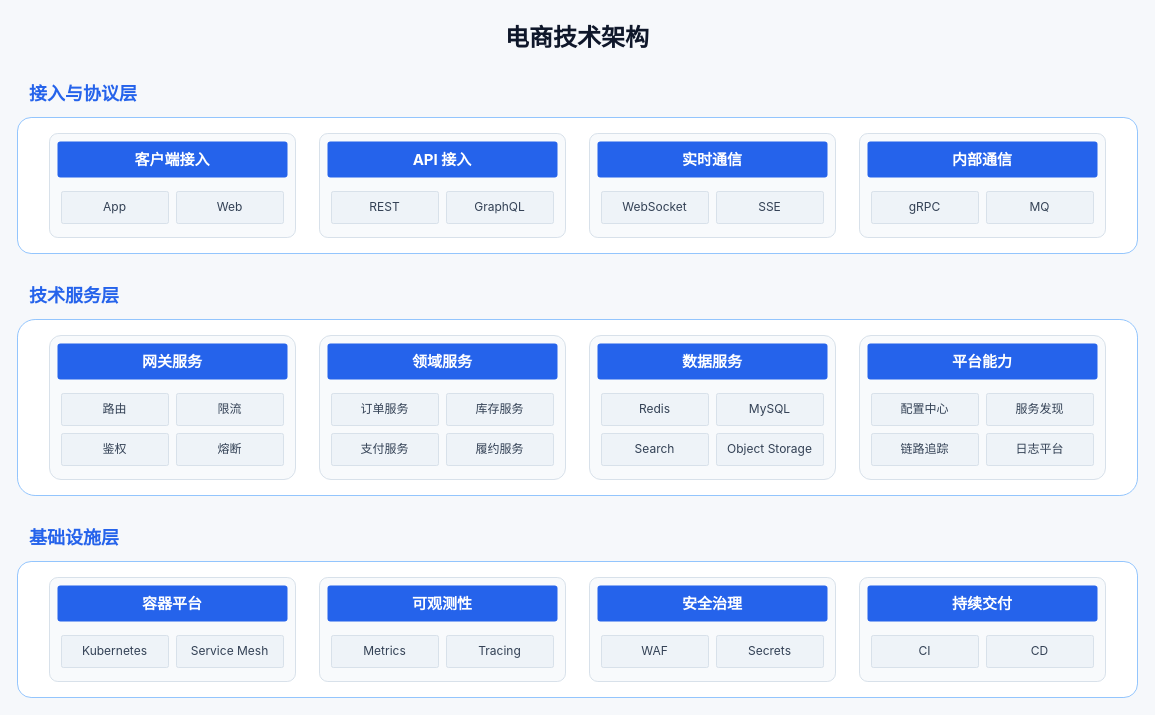
Before: .opencode/skills/xml-diagram/examples/architecture-technical-light-ecommerce.drawio in BeWaterMyFriend7/SKILL-PROJECT, a draw.io diagram. Source tidied: cells renumbered, new cells numbered last; positions are measured from the earlier drawing's top-left corner, leaving out a move shared by most shapes. Both pictures are drawn from the tidied source at 100%, with x=0, y=0 at pixel (17, 17).
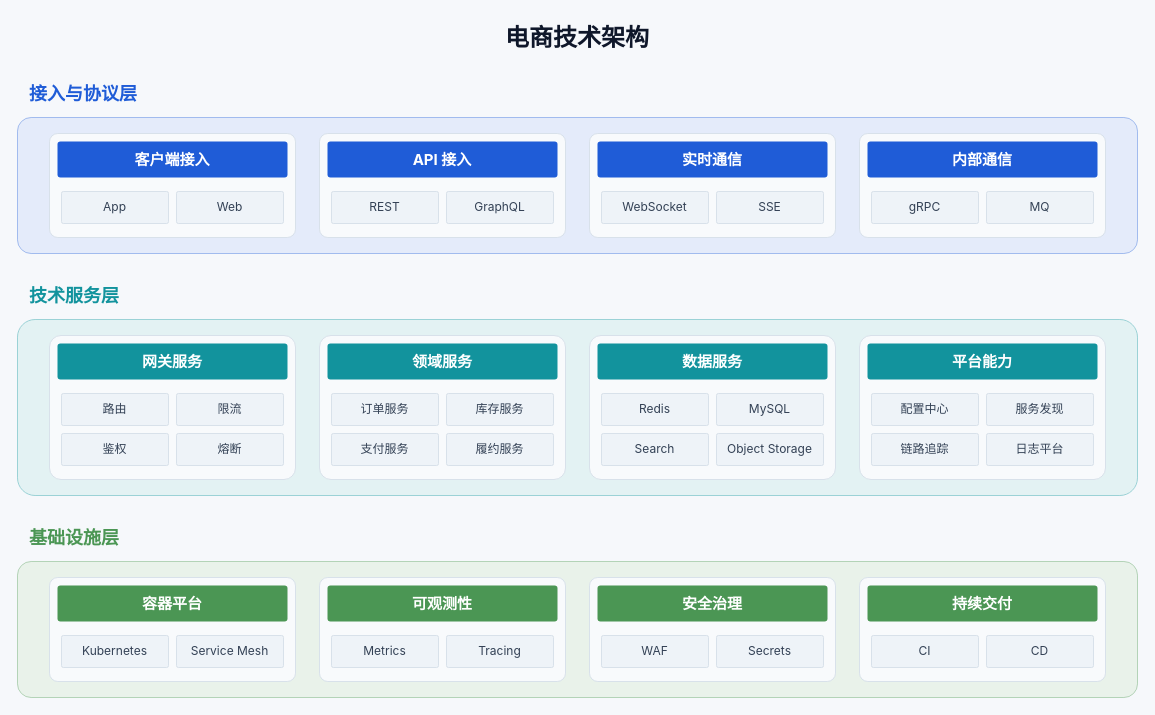
The same diagram, later.

Unchanged cells that the change refers to:
```xml
<mxCell id="5" style="rounded=1;arcSize=8;html=1;whiteSpace=wrap;fillColor=#F8FAFC;strokeColor=#D8E1EA;strokeWidth=1;" parent="4" vertex="1">
  <mxGeometry x="32" y="16" width="246" height="104" as="geometry" />
</mxCell>
<mxCell id="9" style="rounded=1;arcSize=8;html=1;whiteSpace=wrap;fillColor=#F8FAFC;strokeColor=#D8E1EA;strokeWidth=1;" parent="4" vertex="1">
  <mxGeometry x="302" y="16" width="246" height="104" as="geometry" />
</mxCell>
<mxCell id="13" style="rounded=1;arcSize=8;html=1;whiteSpace=wrap;fillColor=#F8FAFC;strokeColor=#D8E1EA;strokeWidth=1;" parent="4" vertex="1">
  <mxGeometry x="572" y="16" width="246" height="104" as="geometry" />
</mxCell>
<mxCell id="17" style="rounded=1;arcSize=8;html=1;whiteSpace=wrap;fillColor=#F8FAFC;strokeColor=#D8E1EA;strokeWidth=1;" parent="4" vertex="1">
  <mxGeometry x="842" y="16" width="246" height="104" as="geometry" />
</mxCell>
<mxCell id="23" style="rounded=1;arcSize=8;html=1;whiteSpace=wrap;fillColor=#F8FAFC;strokeColor=#D8E1EA;strokeWidth=1;" parent="22" vertex="1">
  <mxGeometry x="32" y="16" width="246" height="144" as="geometry" />
</mxCell>
<mxCell id="29" style="rounded=1;arcSize=8;html=1;whiteSpace=wrap;fillColor=#F8FAFC;strokeColor=#D8E1EA;strokeWidth=1;" parent="22" vertex="1">
  <mxGeometry x="302" y="16" width="246" height="144" as="geometry" />
</mxCell>
<mxCell id="35" style="rounded=1;arcSize=8;html=1;whiteSpace=wrap;fillColor=#F8FAFC;strokeColor=#D8E1EA;strokeWidth=1;" parent="22" vertex="1">
  <mxGeometry x="572" y="16" width="246" height="144" as="geometry" />
</mxCell>
<mxCell id="41" style="rounded=1;arcSize=8;html=1;whiteSpace=wrap;fillColor=#F8FAFC;strokeColor=#D8E1EA;strokeWidth=1;" parent="22" vertex="1">
  <mxGeometry x="842" y="16" width="246" height="144" as="geometry" />
</mxCell>
<mxCell id="49" style="rounded=1;arcSize=8;html=1;whiteSpace=wrap;fillColor=#F8FAFC;strokeColor=#D8E1EA;strokeWidth=1;" parent="48" vertex="1">
  <mxGeometry x="32" y="16" width="246" height="104" as="geometry" />
</mxCell>
<mxCell id="53" style="rounded=1;arcSize=8;html=1;whiteSpace=wrap;fillColor=#F8FAFC;strokeColor=#D8E1EA;strokeWidth=1;" parent="48" vertex="1">
  <mxGeometry x="302" y="16" width="246" height="104" as="geometry" />
</mxCell>
<mxCell id="57" style="rounded=1;arcSize=8;html=1;whiteSpace=wrap;fillColor=#F8FAFC;strokeColor=#D8E1EA;strokeWidth=1;" parent="48" vertex="1">
  <mxGeometry x="572" y="16" width="246" height="104" as="geometry" />
</mxCell>
<mxCell id="61" style="rounded=1;arcSize=8;html=1;whiteSpace=wrap;fillColor=#F8FAFC;strokeColor=#D8E1EA;strokeWidth=1;" parent="48" vertex="1">
  <mxGeometry x="842" y="16" width="246" height="104" as="geometry" />
</mxCell>
```

The edit, as a diff of the source:
```diff
@@
-    <mxCell id="3" value="接入与协议层" style="text=;html=1;strokeColor=none;fillColor=none;align=left;verticalAlign=middle;whiteSpace=wrap;fontFamily=Inter, Noto Sans SC, Microsoft YaHei, sans-serif;fontSize=18;fontStyle=1;fontColor=#2563EB;" parent="1" vertex="1">
+    <mxCell id="3" value="接入与协议层" style="text=;html=1;strokeColor=none;fillColor=none;align=left;verticalAlign=middle;whiteSpace=wrap;fontFamily=Inter, Noto Sans SC, Microsoft YaHei, sans-serif;fontSize=18;fontStyle=1;fontColor=#1F5CD7;" parent="1" vertex="1">
       <mxGeometry x="10" y="62" width="420" height="28" as="geometry" />
     </mxCell>
-    <mxCell id="4" style="rounded=1;arcSize=10;html=1;whiteSpace=wrap;fillColor=#FFFFFF;strokeColor=#93C5FD;strokeWidth=1;" parent="1" vertex="1">
+    <mxCell id="4" style="rounded=1;arcSize=10;html=1;whiteSpace=wrap;fillColor=#E4EBFA;strokeColor=#A1BBEE;strokeWidth=1;" parent="1" vertex="1">
       <mxGeometry y="100" width="1120" height="136" as="geometry" />
     </mxCell>
@@
-    <mxCell id="6" value="客户端接入" style="rounded=1;arcSize=8;html=1;whiteSpace=wrap;align=center;verticalAlign=middle;fillColor=#2563EB;strokeColor=none;fontFamily=Inter, Noto Sans SC, Microsoft YaHei, sans-serif;fontSize=15;fontStyle=1;fontColor=#FFFFFF;" parent="5" vertex="1">
+    <mxCell id="6" value="客户端接入" style="rounded=1;arcSize=8;html=1;whiteSpace=wrap;align=center;verticalAlign=middle;fillColor=#1F5CD7;strokeColor=none;fontFamily=Inter, Noto Sans SC, Microsoft YaHei, sans-serif;fontSize=15;fontStyle=1;fontColor=#FFFFFF;" parent="5" vertex="1">
       <mxGeometry x="8" y="8" width="230" height="36" as="geometry" />
     </mxCell>
@@
-    <mxCell id="10" value="API 接入" style="rounded=1;arcSize=8;html=1;whiteSpace=wrap;align=center;verticalAlign=middle;fillColor=#2563EB;strokeColor=none;fontFamily=Inter, Noto Sans SC, Microsoft YaHei, sans-serif;fontSize=15;fontStyle=1;fontColor=#FFFFFF;" parent="9" vertex="1">
+    <mxCell id="10" value="API 接入" style="rounded=1;arcSize=8;html=1;whiteSpace=wrap;align=center;verticalAlign=middle;fillColor=#1F5CD7;strokeColor=none;fontFamily=Inter, Noto Sans SC, Microsoft YaHei, sans-serif;fontSize=15;fontStyle=1;fontColor=#FFFFFF;" parent="9" vertex="1">
       <mxGeometry x="8" y="8" width="230" height="36" as="geometry" />
     </mxCell>
@@
-    <mxCell id="14" value="实时通信" style="rounded=1;arcSize=8;html=1;whiteSpace=wrap;align=center;verticalAlign=middle;fillColor=#2563EB;strokeColor=none;fontFamily=Inter, Noto Sans SC, Microsoft YaHei, sans-serif;fontSize=15;fontStyle=1;fontColor=#FFFFFF;" parent="13" vertex="1">
+    <mxCell id="14" value="实时通信" style="rounded=1;arcSize=8;html=1;whiteSpace=wrap;align=center;verticalAlign=middle;fillColor=#1F5CD7;strokeColor=none;fontFamily=Inter, Noto Sans SC, Microsoft YaHei, sans-serif;fontSize=15;fontStyle=1;fontColor=#FFFFFF;" parent="13" vertex="1">
       <mxGeometry x="8" y="8" width="230" height="36" as="geometry" />
     </mxCell>
@@
-    <mxCell id="18" value="内部通信" style="rounded=1;arcSize=8;html=1;whiteSpace=wrap;align=center;verticalAlign=middle;fillColor=#2563EB;strokeColor=none;fontFamily=Inter, Noto Sans SC, Microsoft YaHei, sans-serif;fontSize=15;fontStyle=1;fontColor=#FFFFFF;" parent="17" vertex="1">
+    <mxCell id="18" value="内部通信" style="rounded=1;arcSize=8;html=1;whiteSpace=wrap;align=center;verticalAlign=middle;fillColor=#1F5CD7;strokeColor=none;fontFamily=Inter, Noto Sans SC, Microsoft YaHei, sans-serif;fontSize=15;fontStyle=1;fontColor=#FFFFFF;" parent="17" vertex="1">
       <mxGeometry x="8" y="8" width="230" height="36" as="geometry" />
     </mxCell>
@@
-    <mxCell id="21" value="技术服务层" style="text=;html=1;strokeColor=none;fillColor=none;align=left;verticalAlign=middle;whiteSpace=wrap;fontFamily=Inter, Noto Sans SC, Microsoft YaHei, sans-serif;fontSize=18;fontStyle=1;fontColor=#2563EB;" parent="1" vertex="1">
+    <mxCell id="21" value="技术服务层" style="text=;html=1;strokeColor=none;fillColor=none;align=left;verticalAlign=middle;whiteSpace=wrap;fontFamily=Inter, Noto Sans SC, Microsoft YaHei, sans-serif;fontSize=18;fontStyle=1;fontColor=#12939D;" parent="1" vertex="1">
       <mxGeometry x="10" y="264" width="420" height="28" as="geometry" />
     </mxCell>
-    <mxCell id="22" style="rounded=1;arcSize=10;html=1;whiteSpace=wrap;fillColor=#FFFFFF;strokeColor=#93C5FD;strokeWidth=1;" parent="1" vertex="1">
+    <mxCell id="22" style="rounded=1;arcSize=10;html=1;whiteSpace=wrap;fillColor=#E3F2F3;strokeColor=#9BD2D6;strokeWidth=1;" parent="1" vertex="1">
       <mxGeometry y="302" width="1120" height="176" as="geometry" />
     </mxCell>
@@
-    <mxCell id="24" value="网关服务" style="rounded=1;arcSize=8;html=1;whiteSpace=wrap;align=center;verticalAlign=middle;fillColor=#2563EB;strokeColor=none;fontFamily=Inter, Noto Sans SC, Microsoft YaHei, sans-serif;fontSize=15;fontStyle=1;fontColor=#FFFFFF;" parent="23" vertex="1">
+    <mxCell id="24" value="网关服务" style="rounded=1;arcSize=8;html=1;whiteSpace=wrap;align=center;verticalAlign=middle;fillColor=#12939D;strokeColor=none;fontFamily=Inter, Noto Sans SC, Microsoft YaHei, sans-serif;fontSize=15;fontStyle=1;fontColor=#FFFFFF;" parent="23" vertex="1">
       <mxGeometry x="8" y="8" width="230" height="36" as="geometry" />
     </mxCell>
@@
-    <mxCell id="30" value="领域服务" style="rounded=1;arcSize=8;html=1;whiteSpace=wrap;align=center;verticalAlign=middle;fillColor=#2563EB;strokeColor=none;fontFamily=Inter, Noto Sans SC, Microsoft YaHei, sans-serif;fontSize=15;fontStyle=1;fontColor=#FFFFFF;" parent="29" vertex="1">
+    <mxCell id="30" value="领域服务" style="rounded=1;arcSize=8;html=1;whiteSpace=wrap;align=center;verticalAlign=middle;fillColor=#12939D;strokeColor=none;fontFamily=Inter, Noto Sans SC, Microsoft YaHei, sans-serif;fontSize=15;fontStyle=1;fontColor=#FFFFFF;" parent="29" vertex="1">
       <mxGeometry x="8" y="8" width="230" height="36" as="geometry" />
     </mxCell>
@@
-    <mxCell id="36" value="数据服务" style="rounded=1;arcSize=8;html=1;whiteSpace=wrap;align=center;verticalAlign=middle;fillColor=#2563EB;strokeColor=none;fontFamily=Inter, Noto Sans SC, Microsoft YaHei, sans-serif;fontSize=15;fontStyle=1;fontColor=#FFFFFF;" parent="35" vertex="1">
+    <mxCell id="36" value="数据服务" style="rounded=1;arcSize=8;html=1;whiteSpace=wrap;align=center;verticalAlign=middle;fillColor=#12939D;strokeColor=none;fontFamily=Inter, Noto Sans SC, Microsoft YaHei, sans-serif;fontSize=15;fontStyle=1;fontColor=#FFFFFF;" parent="35" vertex="1">
       <mxGeometry x="8" y="8" width="230" height="36" as="geometry" />
     </mxCell>
@@
-    <mxCell id="42" value="平台能力" style="rounded=1;arcSize=8;html=1;whiteSpace=wrap;align=center;verticalAlign=middle;fillColor=#2563EB;strokeColor=none;fontFamily=Inter, Noto Sans SC, Microsoft YaHei, sans-serif;fontSize=15;fontStyle=1;fontColor=#FFFFFF;" parent="41" vertex="1">
+    <mxCell id="42" value="平台能力" style="rounded=1;arcSize=8;html=1;whiteSpace=wrap;align=center;verticalAlign=middle;fillColor=#12939D;strokeColor=none;fontFamily=Inter, Noto Sans SC, Microsoft YaHei, sans-serif;fontSize=15;fontStyle=1;fontColor=#FFFFFF;" parent="41" vertex="1">
       <mxGeometry x="8" y="8" width="230" height="36" as="geometry" />
     </mxCell>
@@
-    <mxCell id="47" value="基础设施层" style="text=;html=1;strokeColor=none;fillColor=none;align=left;verticalAlign=middle;whiteSpace=wrap;fontFamily=Inter, Noto Sans SC, Microsoft YaHei, sans-serif;fontSize=18;fontStyle=1;fontColor=#2563EB;" parent="1" vertex="1">
+    <mxCell id="47" value="基础设施层" style="text=;html=1;strokeColor=none;fillColor=none;align=left;verticalAlign=middle;whiteSpace=wrap;fontFamily=Inter, Noto Sans SC, Microsoft YaHei, sans-serif;fontSize=18;fontStyle=1;fontColor=#4B9654;" parent="1" vertex="1">
       <mxGeometry x="10" y="506" width="420" height="28" as="geometry" />
     </mxCell>
-    <mxCell id="48" style="rounded=1;arcSize=10;html=1;whiteSpace=wrap;fillColor=#FFFFFF;strokeColor=#93C5FD;strokeWidth=1;" parent="1" vertex="1">
+    <mxCell id="48" style="rounded=1;arcSize=10;html=1;whiteSpace=wrap;fillColor=#E9F2EA;strokeColor=#B3D3B7;strokeWidth=1;" parent="1" vertex="1">
       <mxGeometry y="544" width="1120" height="136" as="geometry" />
     </mxCell>
@@
-    <mxCell id="50" value="容器平台" style="rounded=1;arcSize=8;html=1;whiteSpace=wrap;align=center;verticalAlign=middle;fillColor=#2563EB;strokeColor=none;fontFamily=Inter, Noto Sans SC, Microsoft YaHei, sans-serif;fontSize=15;fontStyle=1;fontColor=#FFFFFF;" parent="49" vertex="1">
+    <mxCell id="50" value="容器平台" style="rounded=1;arcSize=8;html=1;whiteSpace=wrap;align=center;verticalAlign=middle;fillColor=#4B9654;strokeColor=none;fontFamily=Inter, Noto Sans SC, Microsoft YaHei, sans-serif;fontSize=15;fontStyle=1;fontColor=#FFFFFF;" parent="49" vertex="1">
       <mxGeometry x="8" y="8" width="230" height="36" as="geometry" />
     </mxCell>
@@
-    <mxCell id="54" value="可观测性" style="rounded=1;arcSize=8;html=1;whiteSpace=wrap;align=center;verticalAlign=middle;fillColor=#2563EB;strokeColor=none;fontFamily=Inter, Noto Sans SC, Microsoft YaHei, sans-serif;fontSize=15;fontStyle=1;fontColor=#FFFFFF;" parent="53" vertex="1">
+    <mxCell id="54" value="可观测性" style="rounded=1;arcSize=8;html=1;whiteSpace=wrap;align=center;verticalAlign=middle;fillColor=#4B9654;strokeColor=none;fontFamily=Inter, Noto Sans SC, Microsoft YaHei, sans-serif;fontSize=15;fontStyle=1;fontColor=#FFFFFF;" parent="53" vertex="1">
       <mxGeometry x="8" y="8" width="230" height="36" as="geometry" />
     </mxCell>
@@
-    <mxCell id="58" value="安全治理" style="rounded=1;arcSize=8;html=1;whiteSpace=wrap;align=center;verticalAlign=middle;fillColor=#2563EB;strokeColor=none;fontFamily=Inter, Noto Sans SC, Microsoft YaHei, sans-serif;fontSize=15;fontStyle=1;fontColor=#FFFFFF;" parent="57" vertex="1">
+    <mxCell id="58" value="安全治理" style="rounded=1;arcSize=8;html=1;whiteSpace=wrap;align=center;verticalAlign=middle;fillColor=#4B9654;strokeColor=none;fontFamily=Inter, Noto Sans SC, Microsoft YaHei, sans-serif;fontSize=15;fontStyle=1;fontColor=#FFFFFF;" parent="57" vertex="1">
       <mxGeometry x="8" y="8" width="230" height="36" as="geometry" />
     </mxCell>
@@
-    <mxCell id="62" value="持续交付" style="rounded=1;arcSize=8;html=1;whiteSpace=wrap;align=center;verticalAlign=middle;fillColor=#2563EB;strokeColor=none;fontFamily=Inter, Noto Sans SC, Microsoft YaHei, sans-serif;fontSize=15;fontStyle=1;fontColor=#FFFFFF;" parent="61" vertex="1">
+    <mxCell id="62" value="持续交付" style="rounded=1;arcSize=8;html=1;whiteSpace=wrap;align=center;verticalAlign=middle;fillColor=#4B9654;strokeColor=none;fontFamily=Inter, Noto Sans SC, Microsoft YaHei, sans-serif;fontSize=15;fontStyle=1;fontColor=#FFFFFF;" parent="61" vertex="1">
       <mxGeometry x="8" y="8" width="230" height="36" as="geometry" />
     </mxCell>
```
